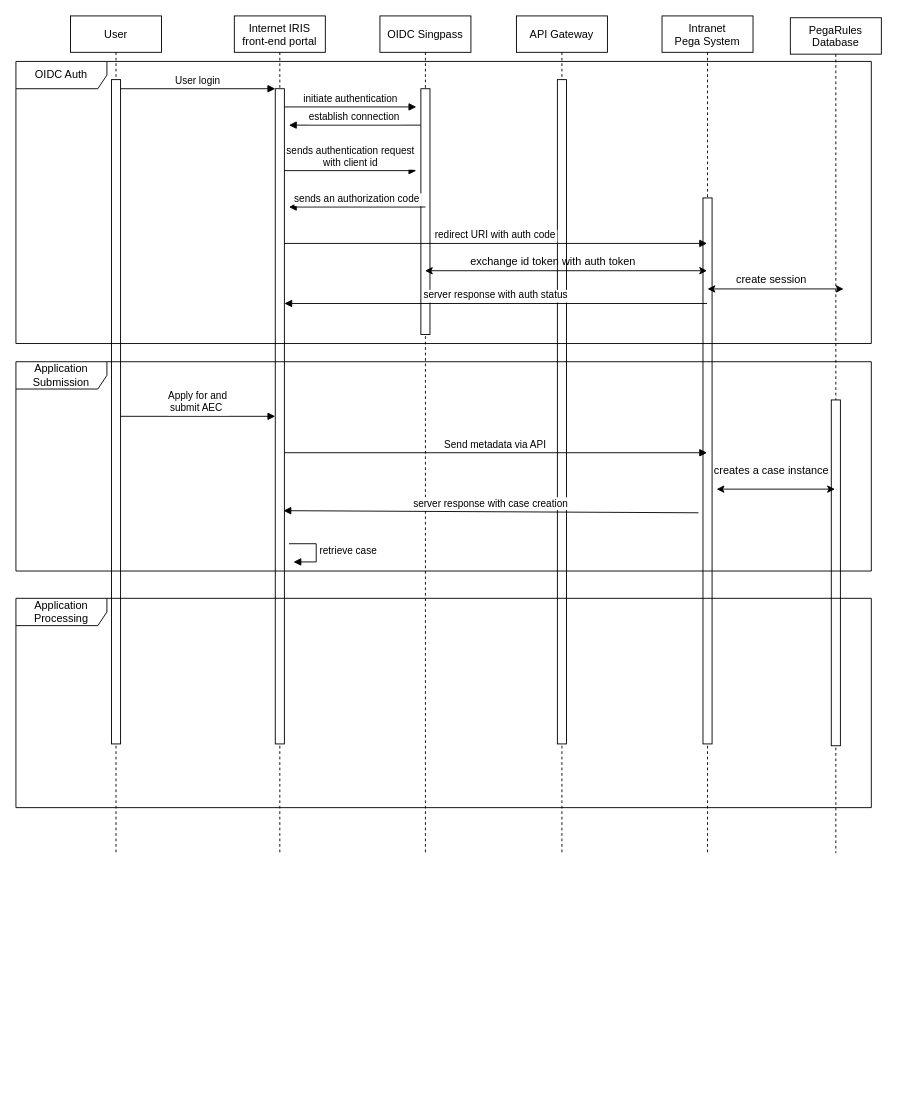
Before: iris-seq-diagram-final.drawio in RachelGnanaraj/app.diagrams, a draw.io diagram. Source tidied: cells renumbered, new cells numbered last; positions are measured from the earlier drawing's top-left corner, leaving out a move shared by most shapes. Both pictures are drawn from the tidied source at 91%, with x=0, y=0 at pixel (15, 15).
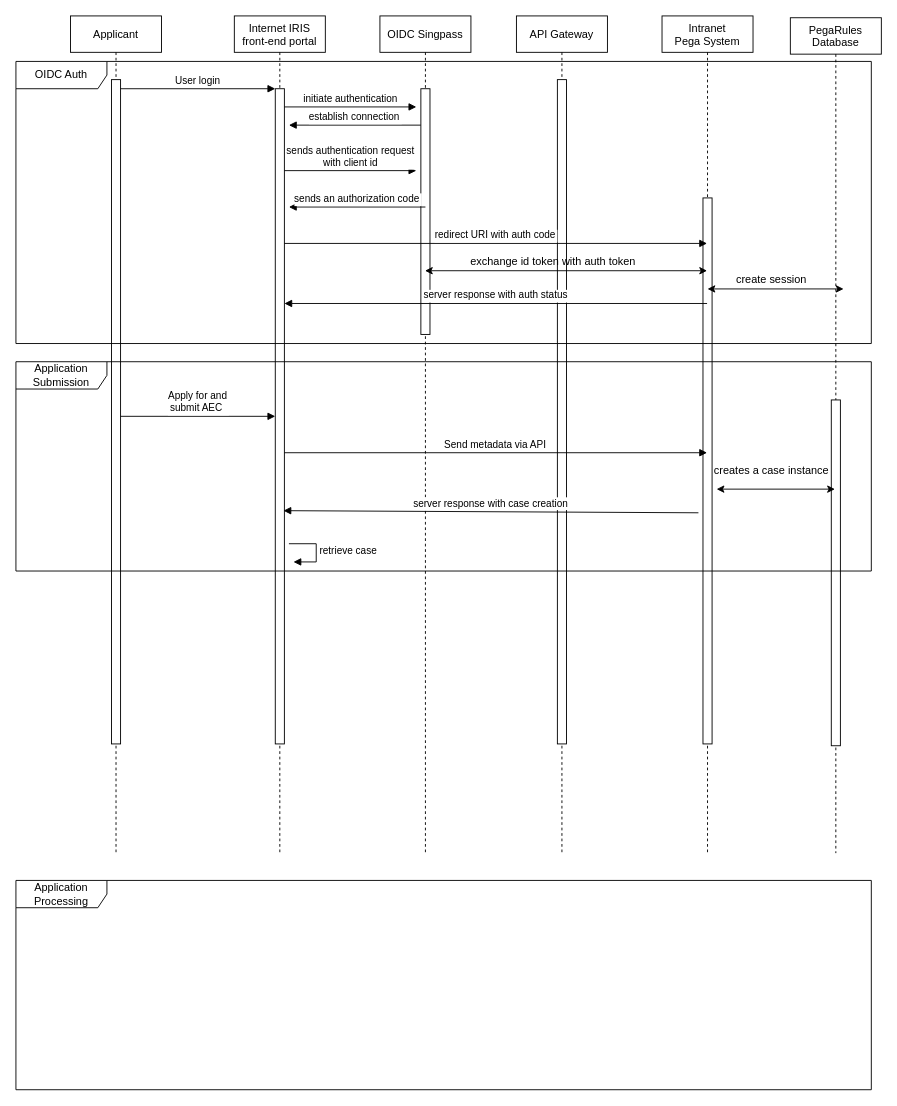
The same diagram, later.

Change to the diagram source:
```diff
@@
-    <mxCell id="2" value="User" style="shape=umlLifeline;perimeter=lifelinePerimeter;rounded=0;shadow=0;strokeWidth=1;" parent="1" vertex="1">
+    <mxCell id="2" value="Applicant" style="shape=umlLifeline;perimeter=lifelinePerimeter;rounded=0;shadow=0;strokeWidth=1;" parent="1" vertex="1">
       <mxGeometry x="60" width="100" height="920" as="geometry" />
     </mxCell>
@@
     <mxCell id="33" value="Application&lt;br&gt;Processing" style="shape=umlFrame;whiteSpace=wrap;html=1;width=100;height=30;" parent="1" vertex="1">
-      <mxGeometry y="640" width="940" height="230" as="geometry" />
+      <mxGeometry y="950" width="940" height="230" as="geometry" />
     </mxCell>
```
